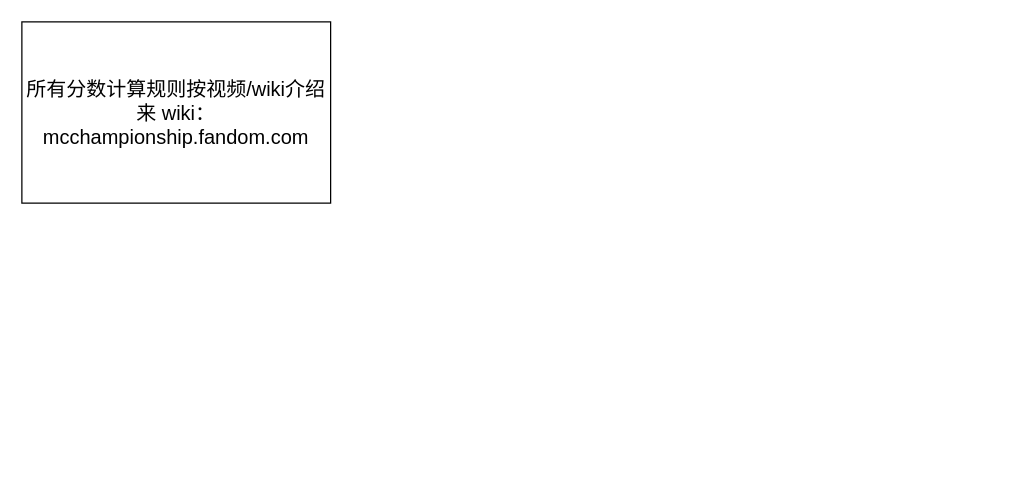
Before: 重要‼️.drawio in nothing-championship/what-it-this, a draw.io diagram. Source tidied: cells renumbered, new cells numbered last; positions are measured from the earlier drawing's top-left corner, leaving out a move shared by most shapes. Both pictures are drawn from the tidied source at 125%, with x=0, y=0 at pixel (21, 21).
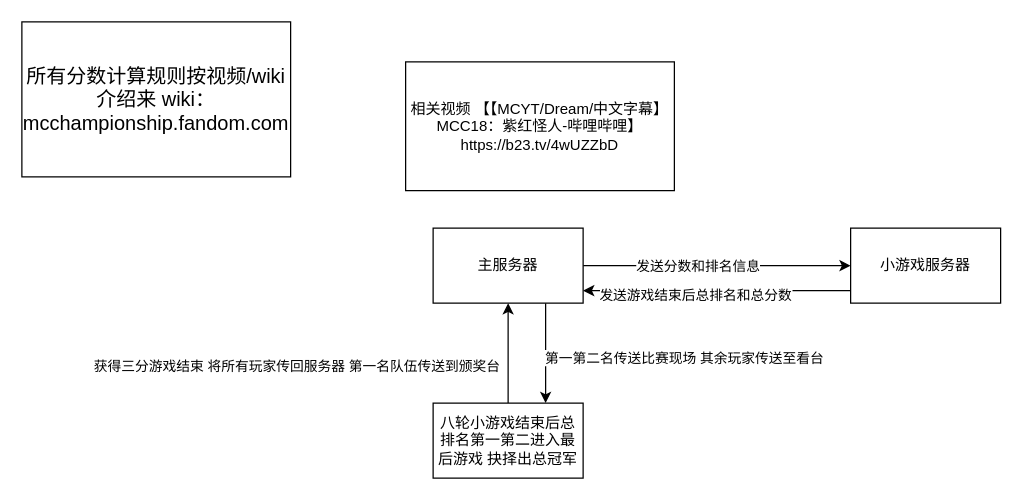
After the change.

What changed in the source:
```diff
@@
 <mxGraphModel>
   <root>
     <mxCell id="0" />
     <mxCell id="1" parent="0" />
     <mxCell id="2" value="所有分数计算规则按视频/wiki介绍来 wiki：mcchampionship.fandom.com" style="whiteSpace=wrap;html=1;fontSize=16;" parent="1" vertex="1">
-      <mxGeometry width="247" height="145" as="geometry" />
+      <mxGeometry width="215" height="124" as="geometry" />
     </mxCell>
+    <mxCell id="3" style="edgeStyle=orthogonalEdgeStyle;rounded=0;jettySize=auto;html=1;" parent="1" edge="1" source="7" target="10">
+      <mxGeometry relative="1" as="geometry" />
+    </mxCell>
+    <mxCell id="4" value="发送分数和排名信息" style="edgeLabel;html=1;align=center;verticalAlign=middle;" parent="3" vertex="1">
+      <mxGeometry x="-0.15" relative="1" as="geometry" />
+    </mxCell>
+    <mxCell id="5" style="edgeStyle=orthogonalEdgeStyle;rounded=0;jettySize=auto;html=1;" parent="1" edge="1" source="7" target="13">
+      <mxGeometry relative="1" as="geometry">
+        <Array as="points">
+          <mxPoint x="419" y="265" />
+          <mxPoint x="419" y="265" />
+        </Array>
+      </mxGeometry>
+    </mxCell>
+    <mxCell id="6" value="第一第二名传送比赛现场 其余玩家传送至看台" style="edgeLabel;html=1;align=center;verticalAlign=middle;" parent="5" vertex="1">
+      <mxGeometry x="0.07" relative="1" as="geometry">
+        <mxPoint x="110" as="offset" />
+      </mxGeometry>
+    </mxCell>
+    <mxCell id="7" value="主服务器" style="rounded=0;whiteSpace=wrap;html=1;" parent="1" vertex="1">
+      <mxGeometry x="329" y="165" width="120" height="60" as="geometry" />
+    </mxCell>
+    <mxCell id="8" style="edgeStyle=orthogonalEdgeStyle;rounded=0;jettySize=auto;html=1;" parent="1" edge="1" source="10" target="7">
+      <mxGeometry relative="1" as="geometry">
+        <Array as="points">
+          <mxPoint x="559" y="215" />
+          <mxPoint x="559" y="215" />
+        </Array>
+      </mxGeometry>
+    </mxCell>
+    <mxCell id="9" value="发送游戏结束后总排名和总分数" style="edgeLabel;html=1;align=center;verticalAlign=middle;" parent="8" vertex="1">
+      <mxGeometry x="0.17" y="3" relative="1" as="geometry" />
+    </mxCell>
+    <mxCell id="10" value="小游戏服务器" style="whiteSpace=wrap;html=1;rounded=0;" parent="1" vertex="1">
+      <mxGeometry x="663" y="165" width="120" height="60" as="geometry" />
+    </mxCell>
+    <mxCell id="11" style="edgeStyle=orthogonalEdgeStyle;rounded=0;jettySize=auto;html=1;" parent="1" edge="1" source="13" target="7">
+      <mxGeometry relative="1" as="geometry" />
+    </mxCell>
+    <mxCell id="12" value="获得三分游戏结束 将所有玩家传回服务器 第一名队伍传送到颁奖台" style="edgeLabel;html=1;align=center;verticalAlign=middle;" parent="11" vertex="1">
+      <mxGeometry x="0.03" y="1" relative="1" as="geometry">
+        <mxPoint x="-169" y="11" as="offset" />
+      </mxGeometry>
+    </mxCell>
+    <mxCell id="13" value="八轮小游戏结束后总排名第一第二进入最后游戏 抉择出总冠军" style="whiteSpace=wrap;html=1;rounded=0;" parent="1" vertex="1">
+      <mxGeometry x="329" y="305" width="120" height="60" as="geometry" />
+    </mxCell>
+    <mxCell id="14" value="相关视频&amp;nbsp;【【MCYT/Dream/中文字幕】MCC18：紫红怪人-哔哩哔哩】 https://b23.tv/4wUZZbD&lt;br&gt;" style="rounded=0;whiteSpace=wrap;html=1;" parent="1" vertex="1">
+      <mxGeometry x="307" y="32" width="215" height="103" as="geometry" />
+    </mxCell>
   </root>
 </mxGraphModel>
```
